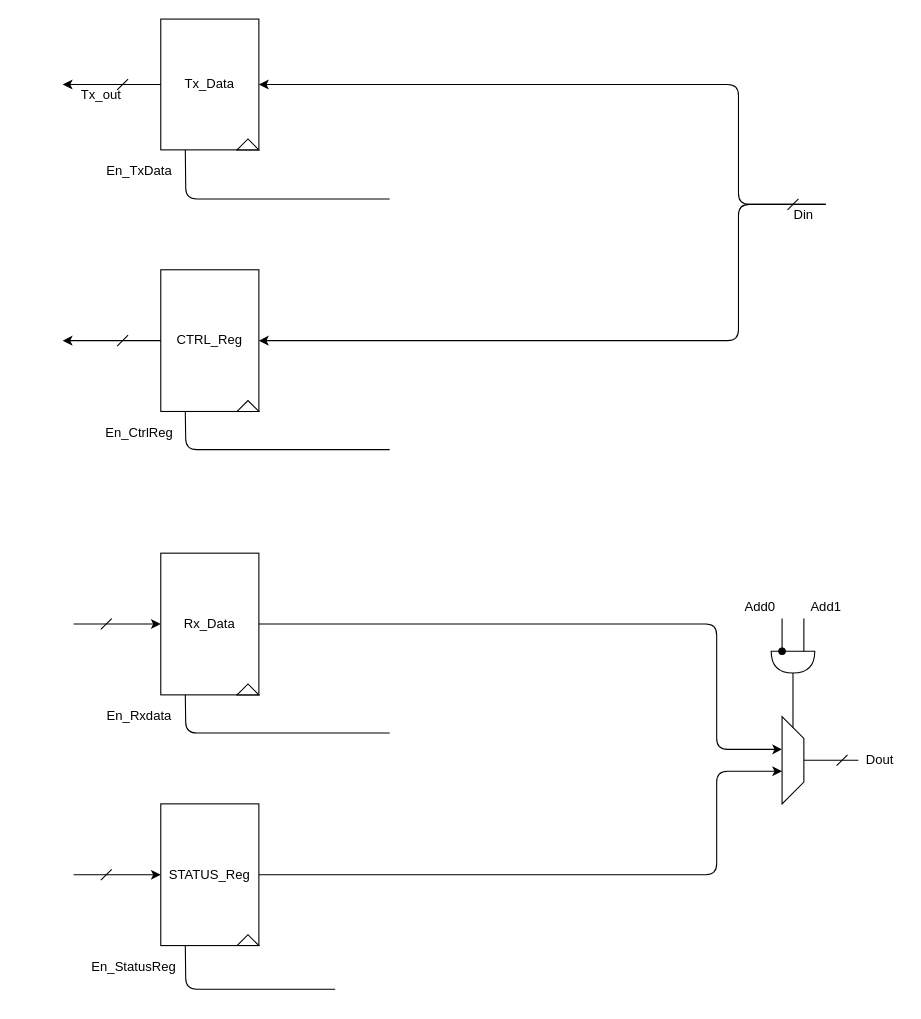
Before: labsRR/UART/report/draw_io/bus_interface_dp_v2.drawio in wackozz/SDI_20_21, a draw.io diagram. Source tidied: cells renumbered, new cells numbered last; positions are measured from the earlier drawing's top-left corner, leaving out a move shared by most shapes. Both pictures are drawn from the tidied source at 109%, with x=0, y=0 at pixel (62, 19).
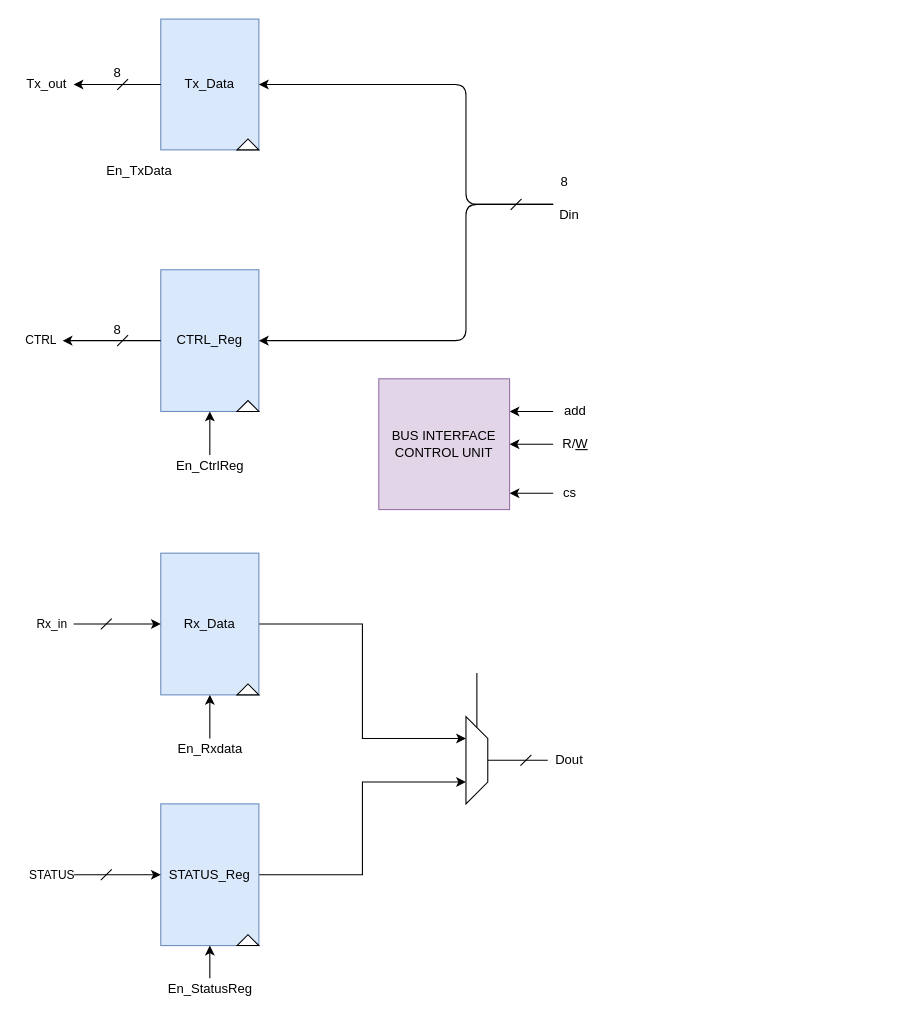
Above is the later version.

Diff of the diagram source:
```diff
@@
-    <mxCell id="2" value="Tx_Data" style="rounded=0;whiteSpace=wrap;html=1;direction=south;" parent="1" vertex="1">
+    <mxCell id="2" value="Tx_Data" style="rounded=0;whiteSpace=wrap;html=1;direction=south;fillColor=#dae8fc;strokeColor=#6c8ebf;" parent="1" vertex="1">
       <mxGeometry x="90" width="90" height="120" as="geometry" />
     </mxCell>
@@
-    <mxCell id="5" style="endArrow=classic;html=1;exitX=0.5;exitY=1;exitDx=0;exitDy=0;" parent="1" edge="1" source="2">
-      <mxGeometry relative="1" as="geometry">
-        <mxPoint y="60" as="targetPoint" />
-      </mxGeometry>
-    </mxCell>
@@
-    <mxCell id="7" value="Tx_out" style="text;html=1;align=center;verticalAlign=middle;points=[];" parent="1" vertex="1">
-      <mxGeometry x="10" y="60" width="50" height="20" as="geometry" />
-    </mxCell>
-    <mxCell id="8" style="endArrow=none;html=1;entryX=1;entryY=0.75;entryDx=0;entryDy=0;exitX=1;exitY=0.5;exitDx=0;exitDy=0;exitPerimeter=0;" parent="1" edge="1" target="2">
-      <mxGeometry relative="1" as="geometry">
-        <mxPoint x="300" y="165" as="sourcePoint" />
-        <Array as="points">
-          <mxPoint x="113" y="165" />
-        </Array>
-      </mxGeometry>
-    </mxCell>
-    <mxCell id="9" style="endArrow=classic;html=1;entryX=0.5;entryY=0;entryDx=0;entryDy=0;" parent="1" edge="1" target="2">
+    <mxCell id="9" style="endArrow=classic;html=1;entryX=0.5;entryY=0;entryDx=0;entryDy=0;jumpSize=2;" parent="1" edge="1" target="2">
       <mxGeometry relative="1" as="geometry">
-        <mxPoint x="700" y="170" as="sourcePoint" />
+        <mxPoint x="450" y="170" as="sourcePoint" />
         <Array as="points">
-          <mxPoint x="620" y="170" />
-          <mxPoint x="620" y="60" />
+          <mxPoint x="370" y="170" />
+          <mxPoint x="370" y="120" />
+          <mxPoint x="370" y="60" />
         </Array>
       </mxGeometry>
     </mxCell>
-    <mxCell id="10" value="CTRL_Reg" style="rounded=0;whiteSpace=wrap;html=1;direction=south;" parent="1" vertex="1">
+    <mxCell id="10" value="CTRL_Reg" style="rounded=0;whiteSpace=wrap;html=1;direction=south;fillColor=#dae8fc;strokeColor=#6c8ebf;" parent="1" vertex="1">
       <mxGeometry x="90" y="230" width="90" height="130" as="geometry" />
     </mxCell>
@@
+    <mxCell id="43" style="edgeStyle=orthogonalEdgeStyle;rounded=0;jumpSize=2;jettySize=auto;html=1;" parent="1" edge="1" source="12" target="10">
+      <mxGeometry relative="1" as="geometry" />
+    </mxCell>
     <mxCell id="12" value="En_CtrlReg" style="text;html=1;align=center;verticalAlign=middle;points=[];" parent="1" vertex="1">
-      <mxGeometry x="30" y="370" width="80" height="20" as="geometry" />
+      <mxGeometry x="95" y="400" width="80" height="20" as="geometry" />
     </mxCell>
-    <mxCell id="13" style="endArrow=classic;html=1;exitX=0.5;exitY=1;exitDx=0;exitDy=0;" parent="1" edge="1" source="10">
-      <mxGeometry relative="1" as="geometry">
+    <mxCell id="13" value="CTRL" style="endArrow=classic;html=1;exitX=0.5;exitY=1;exitDx=0;exitDy=0;" parent="1" edge="1" source="10">
+      <mxGeometry x="1" y="20" relative="1" as="geometry">
         <mxPoint y="295" as="targetPoint" />
+        <mxPoint x="-20" y="-20" as="offset" />
       </mxGeometry>
     </mxCell>
-    <mxCell id="14" style="endArrow=none;html=1;entryX=1;entryY=0.75;entryDx=0;entryDy=0;exitX=1;exitY=0.5;exitDx=0;exitDy=0;exitPerimeter=0;" parent="1" edge="1" target="10">
-      <mxGeometry relative="1" as="geometry">
-        <mxPoint x="300" y="395" as="sourcePoint" />
-        <Array as="points">
-          <mxPoint x="113" y="395" />
-        </Array>
-      </mxGeometry>
-    </mxCell>
     <mxCell id="15" style="endArrow=classic;html=1;entryX=0.5;entryY=0;entryDx=0;entryDy=0;" parent="1" edge="1" target="10">
       <mxGeometry relative="1" as="geometry">
-        <mxPoint x="700" y="170" as="sourcePoint" />
+        <mxPoint x="450" y="170" as="sourcePoint" />
         <Array as="points">
-          <mxPoint x="620" y="170" />
-          <mxPoint x="620" y="295" />
+          <mxPoint x="370" y="170" />
+          <mxPoint x="370" y="295" />
         </Array>
       </mxGeometry>
     </mxCell>
     <mxCell id="16" value="Din" style="text;html=1;strokeColor=none;fillColor=none;align=center;verticalAlign=middle;whiteSpace=wrap;rounded=0;" parent="1" vertex="1">
-      <mxGeometry x="660" y="170" width="40" height="20" as="geometry" />
+      <mxGeometry x="445" y="170" width="40" height="20" as="geometry" />
     </mxCell>
+    <mxCell id="44" style="edgeStyle=orthogonalEdgeStyle;rounded=0;jumpSize=2;jettySize=auto;html=1;entryX=0.25;entryY=1;entryDx=0;entryDy=0;" parent="1" edge="1" source="17" target="28">
+      <mxGeometry relative="1" as="geometry" />
+    </mxCell>
-    <mxCell id="17" value="Rx_Data" style="rounded=0;whiteSpace=wrap;html=1;direction=south;" parent="1" vertex="1">
+    <mxCell id="17" value="Rx_Data" style="rounded=0;whiteSpace=wrap;html=1;direction=south;fillColor=#dae8fc;strokeColor=#6c8ebf;" parent="1" vertex="1">
       <mxGeometry x="90" y="490" width="90" height="130" as="geometry" />
     </mxCell>
-    <mxCell id="18" style="endArrow=classic;html=1;entryX=0.5;entryY=1;entryDx=0;entryDy=0;" parent="1" edge="1" target="17">
-      <mxGeometry relative="1" as="geometry">
+    <mxCell id="18" value="Rx_in" style="endArrow=classic;html=1;entryX=0.5;entryY=1;entryDx=0;entryDy=0;" parent="1" edge="1" target="17">
+      <mxGeometry x="-1" y="-20" relative="1" as="geometry">
         <mxPoint x="10" y="555" as="sourcePoint" />
+        <mxPoint x="-20" y="-20" as="offset" />
       </mxGeometry>
     </mxCell>
@@
-    <mxCell id="20" style="endArrow=classic;html=1;exitX=0.5;exitY=0;exitDx=0;exitDy=0;" parent="1" edge="1" source="17">
-      <mxGeometry relative="1" as="geometry">
-        <mxPoint x="660" y="670" as="targetPoint" />
-        <Array as="points">
-          <mxPoint x="600" y="555" />
-          <mxPoint x="600" y="580" />
-          <mxPoint x="600" y="620" />
-          <mxPoint x="600" y="670" />
-        </Array>
-      </mxGeometry>
-    </mxCell>
+    <mxCell id="45" style="edgeStyle=orthogonalEdgeStyle;rounded=0;jumpSize=2;jettySize=auto;html=1;entryX=1;entryY=0.5;entryDx=0;entryDy=0;" parent="1" edge="1" source="21" target="17">
+      <mxGeometry relative="1" as="geometry" />
+    </mxCell>
     <mxCell id="21" value="En_Rxdata" style="text;html=1;align=center;verticalAlign=middle;points=[];" parent="1" vertex="1">
-      <mxGeometry x="35" y="630" width="70" height="20" as="geometry" />
+      <mxGeometry x="100" y="660" width="70" height="20" as="geometry" />
     </mxCell>
-    <mxCell id="22" style="endArrow=none;html=1;exitX=1;exitY=0.75;exitDx=0;exitDy=0;entryX=1;entryY=0.5;entryDx=0;entryDy=0;entryPerimeter=0;" parent="1" edge="1" source="17">
-      <mxGeometry relative="1" as="geometry">
-        <mxPoint x="300" y="655" as="targetPoint" />
-        <Array as="points">
-          <mxPoint x="113" y="655" />
-        </Array>
-      </mxGeometry>
-    </mxCell>
+    <mxCell id="46" style="edgeStyle=orthogonalEdgeStyle;rounded=0;jumpSize=2;jettySize=auto;html=1;entryX=0.75;entryY=1;entryDx=0;entryDy=0;" parent="1" edge="1" source="23" target="28">
+      <mxGeometry relative="1" as="geometry" />
+    </mxCell>
-    <mxCell id="23" value="STATUS_Reg" style="rounded=0;whiteSpace=wrap;html=1;direction=south;" parent="1" vertex="1">
+    <mxCell id="23" value="STATUS_Reg" style="rounded=0;whiteSpace=wrap;html=1;direction=south;fillColor=#dae8fc;strokeColor=#6c8ebf;" parent="1" vertex="1">
       <mxGeometry x="90" y="720" width="90" height="130" as="geometry" />
     </mxCell>
+    <mxCell id="47" style="edgeStyle=orthogonalEdgeStyle;rounded=0;jumpSize=2;jettySize=auto;html=1;entryX=1;entryY=0.5;entryDx=0;entryDy=0;" parent="1" edge="1" source="24" target="23">
+      <mxGeometry relative="1" as="geometry" />
+    </mxCell>
     <mxCell id="24" value="En_StatusReg" style="text;html=1;align=center;verticalAlign=middle;points=[];" parent="1" vertex="1">
-      <mxGeometry x="20" y="860" width="90" height="20" as="geometry" />
+      <mxGeometry x="90" y="880" width="90" height="20" as="geometry" />
     </mxCell>
-    <mxCell id="25" style="endArrow=none;html=1;exitX=1;exitY=0.75;exitDx=0;exitDy=0;" parent="1" edge="1" source="23">
-      <mxGeometry relative="1" as="geometry">
-        <mxPoint x="250" y="890" as="targetPoint" />
-        <Array as="points">
-          <mxPoint x="113" y="890" />
-          <mxPoint x="250" y="890" />
-        </Array>
-      </mxGeometry>
-    </mxCell>
-    <mxCell id="26" style="endArrow=classic;html=1;entryX=0.5;entryY=1;entryDx=0;entryDy=0;" parent="1" edge="1" target="23">
-      <mxGeometry relative="1" as="geometry">
+    <mxCell id="26" value="STATUS" style="endArrow=classic;html=1;entryX=0.5;entryY=1;entryDx=0;entryDy=0;" parent="1" edge="1" target="23">
+      <mxGeometry x="-1" y="-20" relative="1" as="geometry">
         <mxPoint x="10" y="785" as="sourcePoint" />
+        <mxPoint x="-20" y="-20" as="offset" />
       </mxGeometry>
     </mxCell>
-    <mxCell id="27" style="endArrow=classic;html=1;exitX=0.5;exitY=0;exitDx=0;exitDy=0;" parent="1" edge="1" source="23">
-      <mxGeometry relative="1" as="geometry">
-        <mxPoint x="660" y="690" as="targetPoint" />
-        <Array as="points">
-          <mxPoint x="400" y="785" />
-          <mxPoint x="600" y="785" />
-          <mxPoint x="600" y="690" />
-          <mxPoint x="630" y="690" />
-        </Array>
-      </mxGeometry>
-    </mxCell>
     <mxCell id="28" style="shape=trapezoid;perimeter=trapezoidPerimeter;whiteSpace=wrap;html=1;fixedSize=1;direction=south;" parent="1" vertex="1">
-      <mxGeometry x="660" y="640" width="20" height="80" as="geometry" />
+      <mxGeometry x="370" y="640" width="20" height="80" as="geometry" />
     </mxCell>
-    <mxCell id="29" style="shape=or;whiteSpace=wrap;html=1;direction=south;" parent="1" vertex="1">
-      <mxGeometry x="650" y="580" width="40" height="20" as="geometry" />
-    </mxCell>
-    <mxCell id="30" style="endArrow=none;html=1;entryX=1;entryY=0.5;entryDx=0;entryDy=0;entryPerimeter=0;exitX=0;exitY=0.5;exitDx=0;exitDy=0;" parent="1" edge="1" source="28" target="29">
-      <mxGeometry relative="1" as="geometry" />
+    <mxCell id="30" style="endArrow=none;html=1;entryX=1;entryY=0.5;entryDx=0;entryDy=0;entryPerimeter=0;exitX=0;exitY=0.5;exitDx=0;exitDy=0;" parent="1" edge="1" source="28">
+      <mxGeometry relative="1" as="geometry">
+        <mxPoint x="380" y="600" as="targetPoint" />
+      </mxGeometry>
     </mxCell>
-    <mxCell id="31" style="endArrow=none;html=1;exitX=0;exitY=0.75;exitDx=0;exitDy=0;exitPerimeter=0;startArrow=oval;startFill=1;" parent="1" edge="1" source="29">
-      <mxGeometry relative="1" as="geometry">
-        <mxPoint x="660" y="550" as="targetPoint" />
-      </mxGeometry>
-    </mxCell>
-    <mxCell id="32" style="endArrow=none;html=1;exitX=0;exitY=0.25;exitDx=0;exitDy=0;exitPerimeter=0;" parent="1" edge="1" source="29">
-      <mxGeometry relative="1" as="geometry">
-        <mxPoint x="680" y="550" as="targetPoint" />
-      </mxGeometry>
-    </mxCell>
-    <mxCell id="33" value="Add0" style="text;html=1;strokeColor=none;fillColor=none;align=center;verticalAlign=middle;whiteSpace=wrap;rounded=0;" parent="1" vertex="1">
-      <mxGeometry x="620" y="530" width="40" height="20" as="geometry" />
-    </mxCell>
-    <mxCell id="34" value="Add1" style="text;html=1;align=center;verticalAlign=middle;" parent="1" vertex="1">
-      <mxGeometry x="680" y="530" width="40" height="20" as="geometry" />
-    </mxCell>
@@
     <mxCell id="36" value="Dout" style="text;html=1;strokeColor=none;fillColor=none;align=center;verticalAlign=middle;whiteSpace=wrap;rounded=0;" parent="1" vertex="1">
-      <mxGeometry x="730" y="670" width="40" height="20" as="geometry" />
+      <mxGeometry x="445" y="670" width="40" height="20" as="geometry" />
     </mxCell>
@@
     <mxCell id="38" style="endArrow=none;html=1;" parent="1" edge="1">
       <mxGeometry relative="1" as="geometry">
-        <mxPoint x="665" y="175" as="sourcePoint" />
-        <mxPoint x="675" y="165" as="targetPoint" />
+        <mxPoint x="411" y="175" as="sourcePoint" />
+        <mxPoint x="421" y="165" as="targetPoint" />
       </mxGeometry>
     </mxCell>
     <mxCell id="39" style="endArrow=none;html=1;" parent="1" edge="1">
       <mxGeometry relative="1" as="geometry">
-        <mxPoint x="710" y="685" as="sourcePoint" />
-        <mxPoint x="720" y="675" as="targetPoint" />
+        <mxPoint x="420" y="685" as="sourcePoint" />
+        <mxPoint x="430" y="675" as="targetPoint" />
       </mxGeometry>
     </mxCell>
@@
+    <mxCell id="48" value="8" style="text;html=1;align=center;verticalAlign=middle;" parent="1" vertex="1">
+      <mxGeometry x="450" y="140" width="20" height="20" as="geometry" />
+    </mxCell>
+    <mxCell id="49" value="8" style="text;html=1;align=center;verticalAlign=middle;" parent="1" vertex="1">
+      <mxGeometry x="40" y="40" width="20" height="20" as="geometry" />
+    </mxCell>
+    <mxCell id="50" value="8" style="text;html=1;align=center;verticalAlign=middle;" parent="1" vertex="1">
+      <mxGeometry x="40" y="275" width="20" height="20" as="geometry" />
+    </mxCell>
+    <mxCell id="7" value="Tx_out" style="text;html=1;align=center;verticalAlign=middle;points=[];" parent="1" vertex="1">
+      <mxGeometry x="-40" y="50" width="50" height="20" as="geometry" />
+    </mxCell>
+    <mxCell id="51" style="endArrow=classic;html=1;exitX=0.5;exitY=1;exitDx=0;exitDy=0;" parent="1" edge="1" source="2" target="7">
+      <mxGeometry relative="1" as="geometry" />
+    </mxCell>
+    <mxCell id="52" style="edgeStyle=orthogonalEdgeStyle;rounded=0;jumpSize=2;jettySize=auto;html=1;entryX=1;entryY=0.25;entryDx=0;entryDy=0;" parent="1" edge="1" source="53" target="56">
+      <mxGeometry relative="1" as="geometry" />
+    </mxCell>
+    <mxCell id="53" value="add" style="text;html=1;align=center;verticalAlign=middle;points=[];" parent="1" vertex="1">
+      <mxGeometry x="450" y="350" width="40" height="20" as="geometry" />
+    </mxCell>
+    <mxCell id="54" style="edgeStyle=orthogonalEdgeStyle;rounded=0;jumpSize=2;jettySize=auto;html=1;entryX=1;entryY=0.875;entryDx=0;entryDy=0;entryPerimeter=0;" parent="1" edge="1" source="55" target="56">
+      <mxGeometry relative="1" as="geometry" />
+    </mxCell>
+    <mxCell id="55" value="cs" style="text;html=1;align=center;verticalAlign=middle;points=[];" parent="1" vertex="1">
+      <mxGeometry x="450" y="425" width="30" height="20" as="geometry" />
+    </mxCell>
+    <mxCell id="56" value="BUS INTERFACE&lt;br&gt;CONTROL UNIT" style="rounded=0;whiteSpace=wrap;html=1;fillColor=#e1d5e7;strokeColor=#9673a6;" parent="1" vertex="1">
+      <mxGeometry x="290" y="330" width="120" height="120" as="geometry" />
+    </mxCell>
+    <mxCell id="57" style="edgeStyle=orthogonalEdgeStyle;rounded=0;jumpSize=2;jettySize=auto;html=1;entryX=1;entryY=0.25;entryDx=0;entryDy=0;" parent="1" edge="1" source="58">
+      <mxGeometry relative="1" as="geometry">
+        <mxPoint x="410" y="390" as="targetPoint" />
+      </mxGeometry>
+    </mxCell>
+    <mxCell id="58" value="R/&lt;u&gt;W&lt;/u&gt;" style="text;html=1;align=center;verticalAlign=middle;points=[];" parent="1" vertex="1">
+      <mxGeometry x="450" y="380" width="40" height="20" as="geometry" />
+    </mxCell>
```
